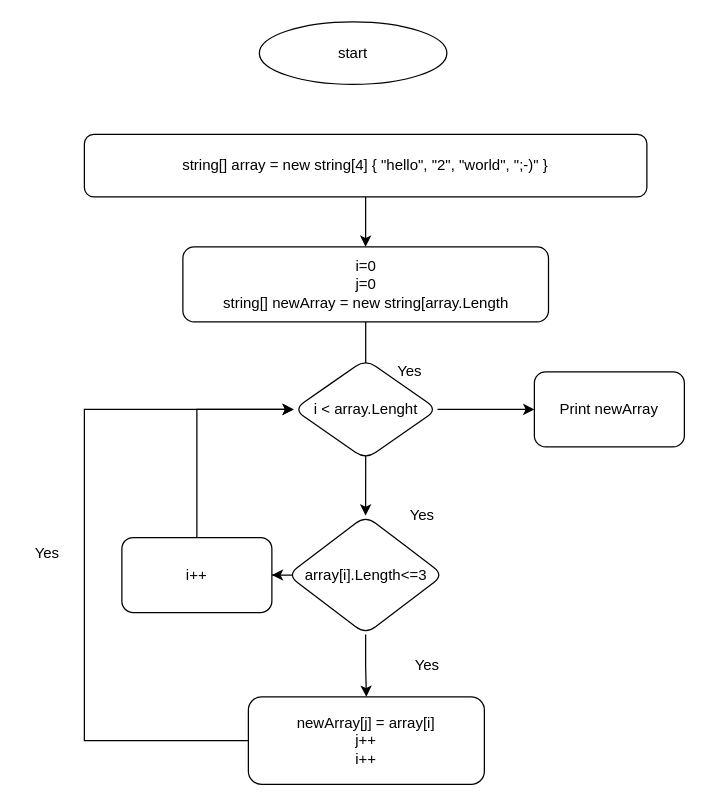
Aigul240284/kontrol_work_1k keeps this draw.io diagram as DZ_2.drawio. Above is the earlier version. Source tidied: cells renumbered, new cells numbered last; positions are measured from the earlier drawing's top-left corner, leaving out a move shared by most shapes. Both pictures are drawn from the tidied source at 125%, with x=0, y=0 at pixel (21, 21).
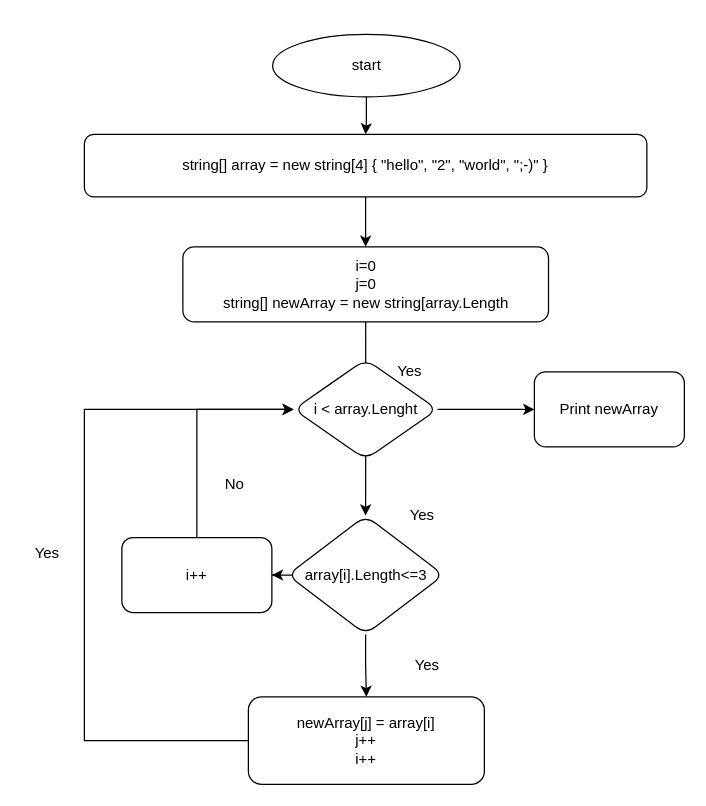
After the change.

The change refers to these unchanged cells:
```xml
<mxCell id="3" value="string[] array = new string[4] { &quot;hello&quot;, &quot;2&quot;, &quot;world&quot;, &quot;;-)&quot; }&lt;br&gt;" style="rounded=1;whiteSpace=wrap;html=1;fontSize=12;glass=0;strokeWidth=1;shadow=0;" parent="1" vertex="1">
  <mxGeometry x="50" y="90" width="450" height="50" as="geometry" />
</mxCell>
```

Change to the diagram source:
```diff
@@
+    <mxCell id="21" style="edgeStyle=orthogonalEdgeStyle;rounded=0;jettySize=auto;html=1;" parent="1" edge="1" source="4" target="3">
+      <mxGeometry relative="1" as="geometry" />
+    </mxCell>
     <mxCell id="4" value="start" style="ellipse;whiteSpace=wrap;html=1;" parent="1" vertex="1">
-      <mxGeometry x="190" width="150" height="50" as="geometry" />
+      <mxGeometry x="200.6" y="10" width="150" height="50" as="geometry" />
     </mxCell>
@@
+    <mxCell id="22" value="No" style="text;html=1;align=center;verticalAlign=middle;strokeColor=none;fillColor=none;" parent="1" vertex="1">
+      <mxGeometry x="150" y="355" width="40" height="30" as="geometry" />
+    </mxCell>
```
